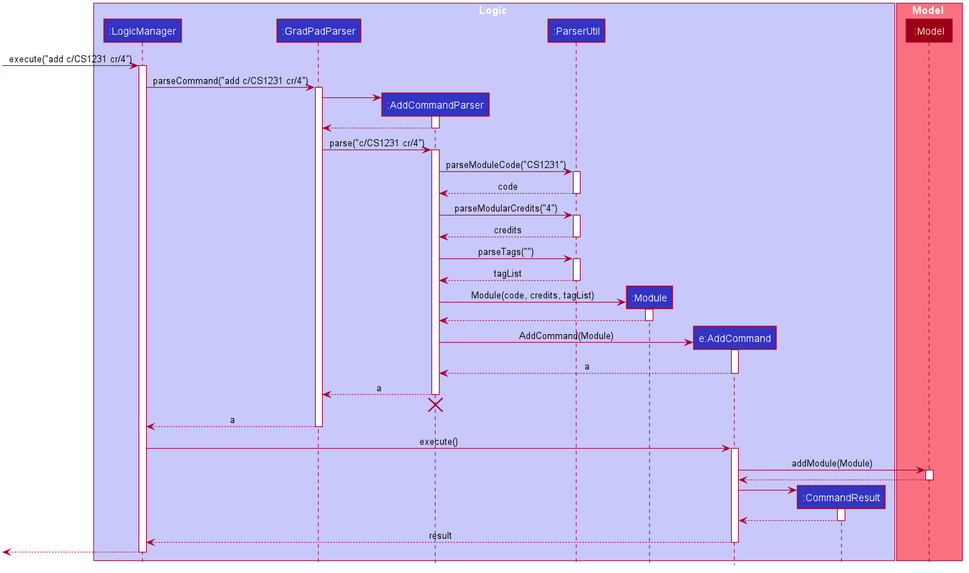
Above: docs/images/AddSequenceDiagram.png in yan-soon/tp (PlantUML), before the change.
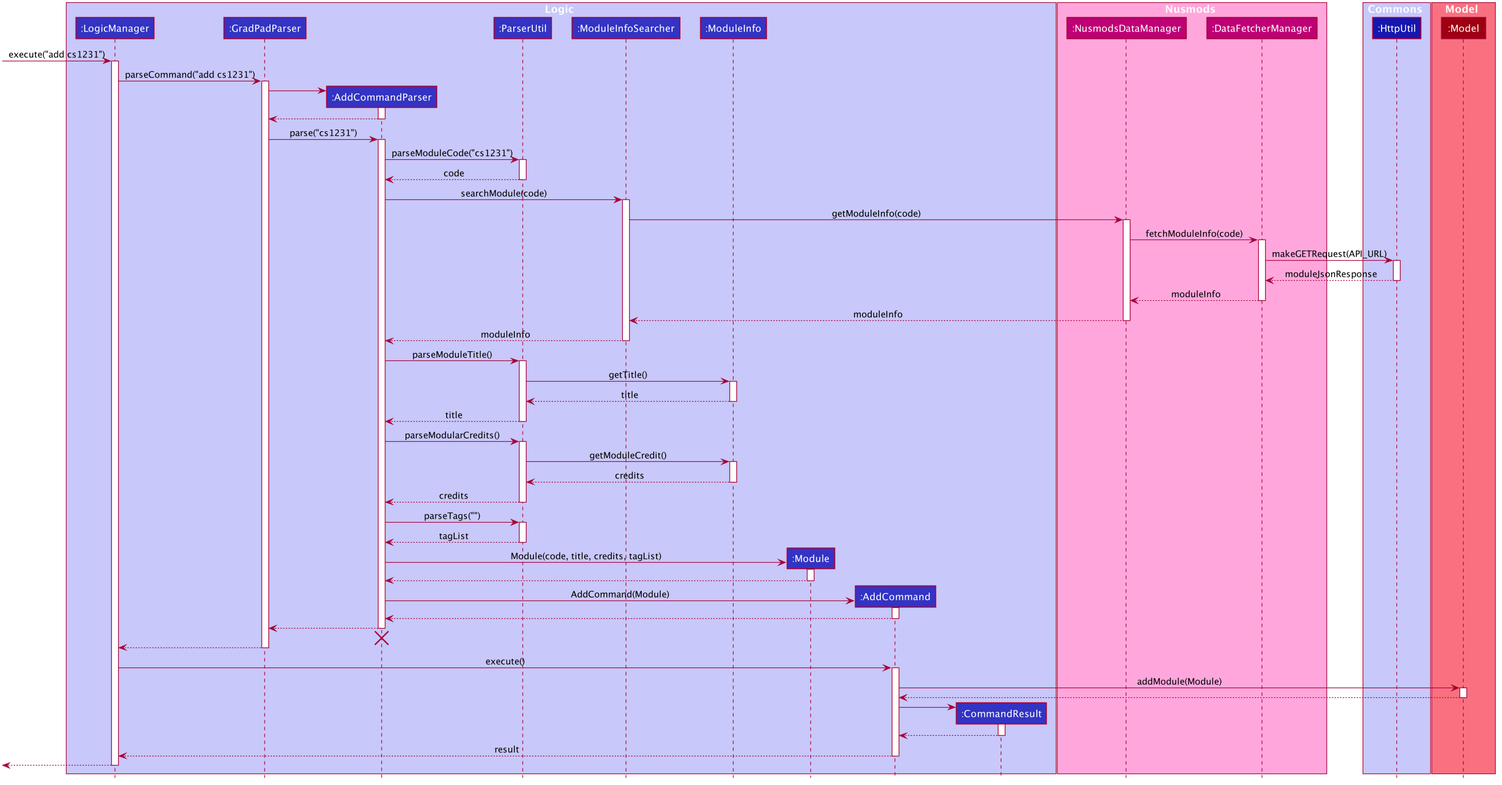
After the change.

Commit message:
Include NUSMods integration for add and edit in DG diagrams and elaborate on auto retrieval for each

Diff of the diagram source:
```diff
@@ -1,4 +1,5 @@
 @startuml
+
 
 
 
@@ -53,19 +54,30 @@
 participant ":GradPadParser" as GradPadParser #3333C4
 participant ":AddCommandParser" as AddCommandParser #3333C4
 participant ":ParserUtil" as ParserUtil #3333C4
+participant ":ModuleInfoSearcher" as ModuleInfoSearcher #3333C4
+participant ":ModuleInfo" as ModuleInfo #3333C4
 participant ":Module" as Module #3333C4
-participant "e:AddCommand" as AddCommand #3333C4
+participant ":AddCommand" as AddCommand #3333C4
 participant ":CommandResult" as CommandResult #3333C4
+end box
+
+box Nusmods #FFA7DD
+participant ":NusmodsDataManager" as NusmodsDataManager #BD0074
+participant ":DataFetcherManager" as DataFetcherManager #BD0074
+end box
+
+box Commons #C8C8FA
+participant ":HttpUtil" as HttpUtil #1616B0
 end box
 
 box Model #F97181
 participant ":Model" as Model #9D0012
 end box
 
-[-> LogicManager : execute("add c/CS1231 cr/4")
+[-> LogicManager : execute("add cs1231")
 activate LogicManager
 
-LogicManager -> GradPadParser : parseCommand("add c/CS1231 cr/4")
+LogicManager -> GradPadParser : parseCommand("add cs1231")
 activate GradPadParser
 
 create AddCommandParser
@@ -75,17 +87,59 @@
 AddCommandParser --> GradPadParser
 deactivate AddCommandParser
 
-GradPadParser -> AddCommandParser : parse("c/CS1231 cr/4")
+GradPadParser -> AddCommandParser : parse("cs1231")
 activate AddCommandParser
 
-AddCommandParser -> ParserUtil : parseModuleCode("CS1231")
+AddCommandParser -> ParserUtil : parseModuleCode("cs1231")
 activate ParserUtil
 
 ParserUtil --> AddCommandParser : code
 deactivate ParserUtil
 
-AddCommandParser -> ParserUtil : parseModularCredits("4")
+AddCommandParser -> ModuleInfoSearcher : searchModule(code)
+activate ModuleInfoSearcher
+
+ModuleInfoSearcher -> NusmodsDataManager : getModuleInfo(code)
+activate NusmodsDataManager
+
+NusmodsDataManager -> DataFetcherManager : fetchModuleInfo(code)
+activate DataFetcherManager
+
+DataFetcherManager -> HttpUtil : makeGETRequest(API_URL)
+activate HttpUtil
+
+HttpUtil --> DataFetcherManager : moduleJsonResponse
+deactivate HttpUtil
+
+DataFetcherManager --> NusmodsDataManager : moduleInfo
+deactivate DataFetcherManager
+
+NusmodsDataManager --> ModuleInfoSearcher : moduleInfo
+deactivate NusmodsDataManager
+
+ModuleInfoSearcher --> AddCommandParser : moduleInfo
+deactivate ModuleInfoSearcher
+
+AddCommandParser -> ParserUtil : parseModuleTitle()
 activate ParserUtil
+
+ParserUtil -> ModuleInfo : getTitle()
+activate ModuleInfo
+
+ModuleInfo --> ParserUtil : title
+deactivate ModuleInfo
+
+ParserUtil --> AddCommandParser : title
+deactivate ParserUtil
+
+AddCommandParser -> ParserUtil : parseModularCredits()
+activate ParserUtil
+
+ParserUtil -> ModuleInfo : getModuleCredit()
+activate ModuleInfo
+
+ModuleInfo --> ParserUtil : credits
+deactivate ModuleInfo
 
 ParserUtil --> AddCommandParser : credits
 deactivate ParserUtil
@@ -97,7 +151,7 @@
 deactivate ParserUtil
 
 create Module
-AddCommandParser -> Module : Module(code, credits, tagList)
+AddCommandParser -> Module : Module(code, title, credits, tagList)
 activate Module
 
 Module --> AddCommandParser
@@ -107,15 +161,15 @@
 AddCommandParser -> AddCommand : AddCommand(Module)
 activate AddCommand
 
-AddCommand --> AddCommandParser : a
+AddCommand --> AddCommandParser :
 deactivate AddCommand
 
-AddCommandParser --> GradPadParser : a
+AddCommandParser --> GradPadParser :
 deactivate AddCommandParser
 AddCommandParser -[hidden]-> GradPadParser
 destroy AddCommandParser
 
-GradPadParser --> LogicManager : a
+GradPadParser --> LogicManager :
 deactivate GradPadParser
 
 LogicManager -> AddCommand : execute()
```
